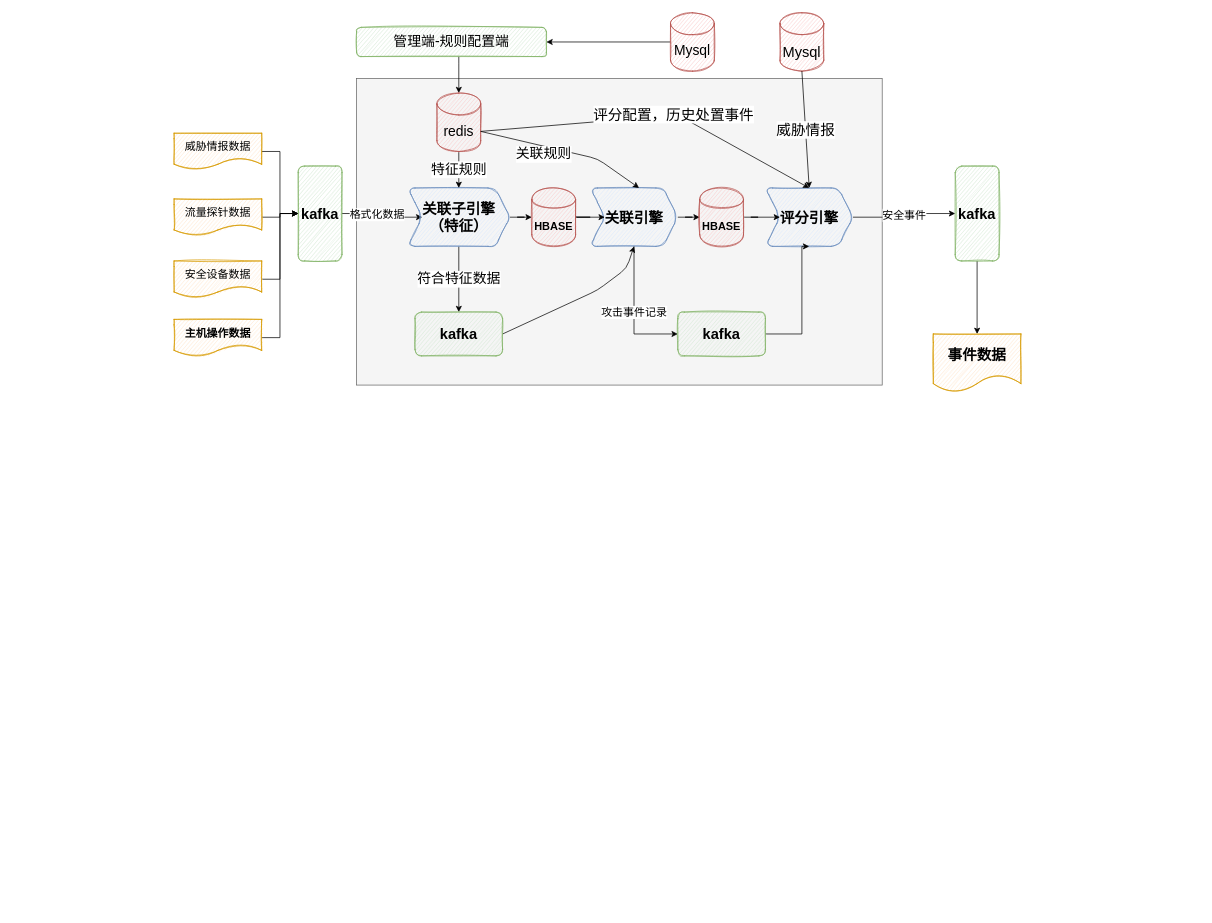
Earlier version of the draw.io diagram Untitled Diagram.drawio (liujianqun/draw). Source tidied: cells renumbered, new cells numbered last; positions are measured from the earlier drawing's top-left corner, leaving out a move shared by most shapes. Both pictures are drawn from the tidied source at 73%, with x=0, y=0 at pixel (174, 12).
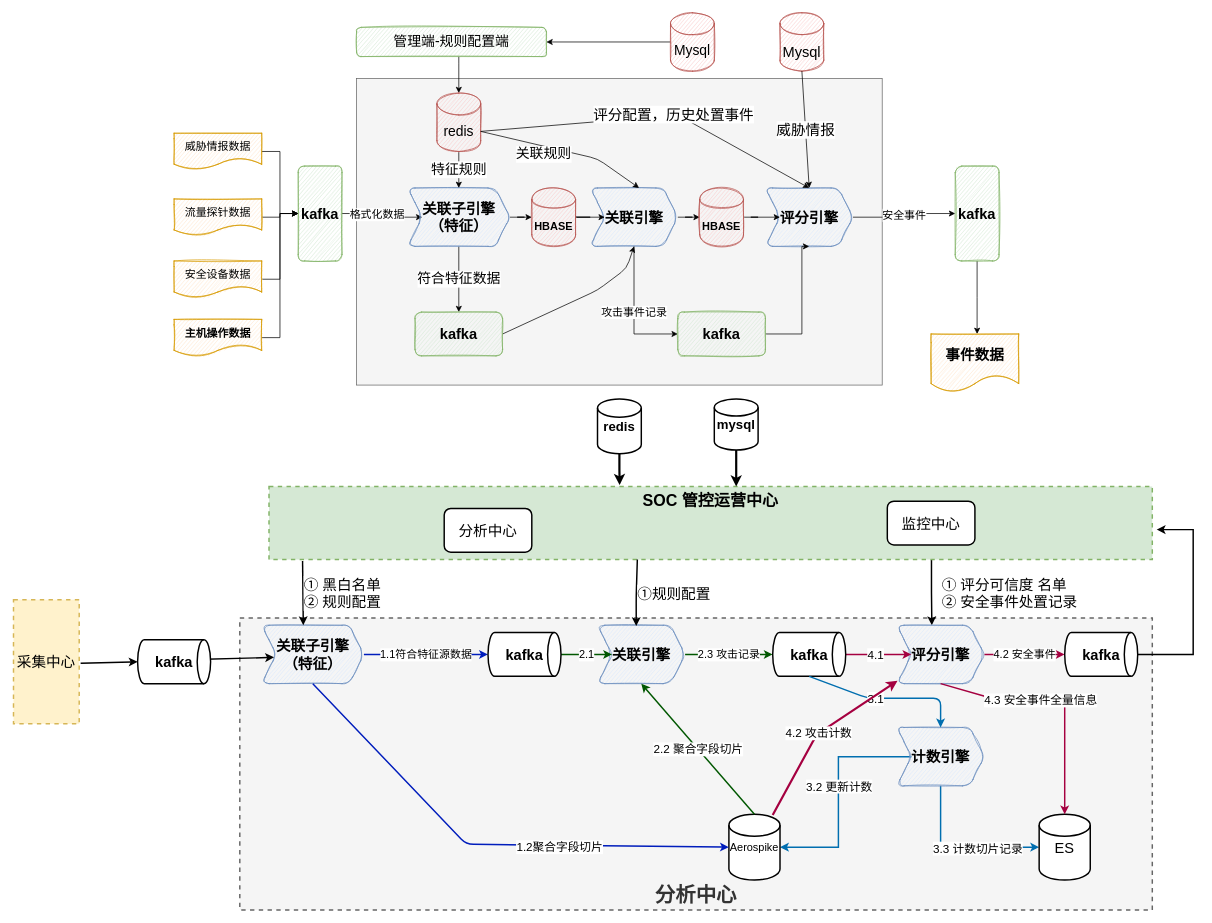
The same page after the edit.

Commit message:
分析中心交互图.drawio

Unchanged cells that the change refers to:
```xml
<mxCell id="27" value="kafka" style="rounded=1;whiteSpace=wrap;html=1;sketch=1;fillColor=#d5e8d4;strokeColor=#82b366;fontSize=20;fontStyle=1;" parent="1" vertex="1">
  <mxGeometry x="1070" y="210" width="60" height="130" as="geometry" />
</mxCell>
```

What changed in the source:
```diff
@@
+    <mxCell id="46" value="分析中心" style="rounded=0;whiteSpace=wrap;html=1;strokeWidth=2;fontSize=28;dashed=1;verticalAlign=bottom;fillColor=#f5f5f5;strokeColor=#666666;fontColor=#333333;fontStyle=1;" parent="1" vertex="1">
+      <mxGeometry x="90" y="829" width="1250" height="400" as="geometry" />
+    </mxCell>
+    <mxCell id="47" value="① 评分可信度 名单&lt;br&gt;&lt;div&gt;② 安全事件处置记录&lt;/div&gt;" style="edgeStyle=orthogonalEdgeStyle;rounded=0;jettySize=auto;html=1;exitX=0.75;exitY=1;exitDx=0;exitDy=0;entryX=0.4;entryY=0;entryDx=0;entryDy=0;entryPerimeter=0;strokeWidth=2;fontSize=20;align=left;" parent="1" edge="1" source="48" target="54">
+      <mxGeometry x="0.01" y="12" relative="1" as="geometry" />
+    </mxCell>
+    <mxCell id="48" value="SOC 管控运营中心" style="rounded=0;whiteSpace=wrap;html=1;dashed=1;strokeWidth=2;fontSize=22;fontStyle=1;verticalAlign=top;fillColor=#d5e8d4;strokeColor=#82b366;" parent="1" vertex="1">
+      <mxGeometry x="130" y="649" width="1210" height="100" as="geometry" />
+    </mxCell>
@@
-    <mxCell id="7" style="edgeStyle=orthogonalEdgeStyle;rounded=0;jettySize=auto;html=1;fontSize=19;" parent="1" edge="1" source="27" target="25">
-      <mxGeometry relative="1" as="geometry" />
+    <mxCell id="7" style="edgeStyle=orthogonalEdgeStyle;rounded=0;jettySize=auto;html=1;fontSize=19;" parent="1" edge="1" source="27">
+      <mxGeometry relative="1" as="geometry">
+        <mxPoint x="1100" y="440" as="targetPoint" />
+      </mxGeometry>
     </mxCell>
@@
     <mxCell id="25" value="事件数据" style="shape=document;whiteSpace=wrap;html=1;boundedLbl=1;rounded=1;fontSize=20;fontStyle=1;strokeColor=#d79b00;fillColor=#ffe6cc;sketch=1;" parent="1" vertex="1">
-      <mxGeometry x="1040" y="440" width="120" height="80" as="geometry" />
+      <mxGeometry x="1037" y="440" width="120" height="80" as="geometry" />
     </mxCell>
@@
+    <mxCell id="49" value="1.1符合特征源数据" style="edgeStyle=orthogonalEdgeStyle;rounded=0;jettySize=auto;html=1;fontSize=15;strokeWidth=2;fillColor=#0050ef;strokeColor=#001DBC;" parent="1" edge="1" source="50" target="61">
+      <mxGeometry relative="1" as="geometry" />
+    </mxCell>
+    <mxCell id="50" value="关联子引擎（特征）" style="shape=step;perimeter=stepPerimeter;whiteSpace=wrap;html=1;fixedSize=1;rounded=1;strokeColor=#6c8ebf;fillColor=#dae8fc;sketch=1;fontSize=20;fontStyle=1;" parent="1" vertex="1">
+      <mxGeometry x="120" y="839" width="140" height="80" as="geometry" />
+    </mxCell>
+    <mxCell id="51" value="2.3 攻击记录" style="edgeStyle=orthogonalEdgeStyle;rounded=0;jettySize=auto;html=1;exitX=1;exitY=0.5;exitDx=0;exitDy=0;strokeWidth=2;fontSize=15;fillColor=#008a00;strokeColor=#005700;" parent="1" edge="1" source="52" target="64">
+      <mxGeometry relative="1" as="geometry" />
+    </mxCell>
+    <mxCell id="52" value="关联引擎" style="shape=step;perimeter=stepPerimeter;whiteSpace=wrap;html=1;fixedSize=1;rounded=1;strokeColor=#6c8ebf;fillColor=#dae8fc;sketch=1;fontSize=20;fontStyle=1;" parent="1" vertex="1">
+      <mxGeometry x="580" y="839" width="120" height="80" as="geometry" />
+    </mxCell>
+    <mxCell id="53" value="4.2 安全事件" style="edgeStyle=orthogonalEdgeStyle;rounded=0;jettySize=auto;html=1;exitX=1;exitY=0.5;exitDx=0;exitDy=0;entryX=0;entryY=0.5;entryDx=0;entryDy=0;entryPerimeter=0;strokeWidth=2;fontSize=15;fillColor=#d80073;strokeColor=#A50040;" parent="1" edge="1" source="54" target="71">
+      <mxGeometry relative="1" as="geometry" />
+    </mxCell>
+    <mxCell id="54" value="评分引擎" style="shape=step;perimeter=stepPerimeter;whiteSpace=wrap;html=1;fixedSize=1;sketch=1;fillColor=#dae8fc;strokeColor=#6c8ebf;fontSize=20;fontStyle=1;shadow=0;rounded=1;" parent="1" vertex="1">
+      <mxGeometry x="990" y="839" width="120" height="80" as="geometry" />
+    </mxCell>
+    <mxCell id="55" style="edgeStyle=orthogonalEdgeStyle;rounded=0;jettySize=auto;html=1;exitX=0.5;exitY=1;exitDx=0;exitDy=0;entryX=0;entryY=0.5;entryDx=0;entryDy=0;entryPerimeter=0;strokeWidth=2;fontSize=16;fillColor=#1ba1e2;strokeColor=#006EAF;" parent="1" edge="1" source="59" target="65">
+      <mxGeometry relative="1" as="geometry" />
+    </mxCell>
+    <mxCell id="56" value="3.3 计数切片记录" style="edgeLabel;html=1;align=center;verticalAlign=middle;fontSize=16;" parent="55" vertex="1">
+      <mxGeometry x="0.22" y="-1" relative="1" as="geometry" />
+    </mxCell>
+    <mxCell id="57" style="edgeStyle=orthogonalEdgeStyle;rounded=0;jettySize=auto;html=1;exitX=0;exitY=0.5;exitDx=0;exitDy=0;entryX=1;entryY=0.5;entryDx=0;entryDy=0;entryPerimeter=0;strokeWidth=2;fontSize=16;fillColor=#1ba1e2;strokeColor=#006EAF;" parent="1" edge="1" source="59" target="72">
+      <mxGeometry relative="1" as="geometry" />
+    </mxCell>
+    <mxCell id="58" value="3.2 更新计数" style="edgeLabel;html=1;align=center;verticalAlign=middle;fontSize=16;" parent="57" vertex="1">
+      <mxGeometry x="-0.74" y="-2" relative="1" as="geometry">
+        <mxPoint x="-60" y="42" as="offset" />
+      </mxGeometry>
+    </mxCell>
+    <mxCell id="59" value="计数引擎" style="shape=step;perimeter=stepPerimeter;whiteSpace=wrap;html=1;fixedSize=1;sketch=1;fillColor=#dae8fc;strokeColor=#6c8ebf;fontSize=20;fontStyle=1;shadow=0;rounded=1;" parent="1" vertex="1">
+      <mxGeometry x="990" y="979" width="120" height="80" as="geometry" />
+    </mxCell>
+    <mxCell id="60" value="2.1" style="edgeStyle=orthogonalEdgeStyle;rounded=0;jettySize=auto;html=1;strokeWidth=2;fontSize=15;fillColor=#008a00;strokeColor=#005700;" parent="1" edge="1" source="61" target="52">
+      <mxGeometry relative="1" as="geometry" />
+    </mxCell>
+    <mxCell id="61" value="kafka" style="strokeWidth=2;html=1;shape=mxgraph.flowchart.direct_data;whiteSpace=wrap;fontStyle=1;fontSize=20;" parent="1" vertex="1">
+      <mxGeometry x="430" y="849" width="100" height="60" as="geometry" />
+    </mxCell>
+    <mxCell id="62" style="edgeStyle=orthogonalEdgeStyle;rounded=0;jettySize=auto;html=1;exitX=1;exitY=0.5;exitDx=0;exitDy=0;exitPerimeter=0;strokeWidth=2;fontSize=15;fillColor=#d80073;strokeColor=#A50040;" parent="1" edge="1" source="64" target="54">
+      <mxGeometry relative="1" as="geometry" />
+    </mxCell>
+    <mxCell id="63" value="4.1" style="edgeLabel;html=1;align=center;verticalAlign=middle;fontSize=16;" parent="62" vertex="1">
+      <mxGeometry x="0.27" y="5" relative="1" as="geometry">
+        <mxPoint x="-17" y="5" as="offset" />
+      </mxGeometry>
+    </mxCell>
+    <mxCell id="64" value="kafka" style="strokeWidth=2;html=1;shape=mxgraph.flowchart.direct_data;whiteSpace=wrap;fontStyle=1;fontSize=20;" parent="1" vertex="1">
+      <mxGeometry x="820" y="849" width="100" height="60" as="geometry" />
+    </mxCell>
+    <mxCell id="65" value="ES" style="strokeWidth=2;html=1;shape=mxgraph.flowchart.database;whiteSpace=wrap;fontSize=20;" parent="1" vertex="1">
+      <mxGeometry x="1185" y="1098" width="70" height="90" as="geometry" />
+    </mxCell>
+    <mxCell id="66" style="edgeStyle=orthogonalEdgeStyle;rounded=0;jettySize=auto;html=1;exitX=0.5;exitY=1;exitDx=0;exitDy=0;exitPerimeter=0;entryX=0.397;entryY=-0.02;entryDx=0;entryDy=0;entryPerimeter=0;strokeWidth=3;fontSize=20;" parent="1" edge="1" source="67" target="48">
+      <mxGeometry relative="1" as="geometry" />
+    </mxCell>
+    <mxCell id="67" value="redis" style="strokeWidth=2;html=1;shape=mxgraph.flowchart.database;whiteSpace=wrap;fontSize=18;fontStyle=1;" parent="1" vertex="1">
+      <mxGeometry x="580" y="529" width="60" height="75" as="geometry" />
+    </mxCell>
+    <mxCell id="68" style="edgeStyle=orthogonalEdgeStyle;rounded=0;jettySize=auto;html=1;strokeWidth=3;fontSize=20;" parent="1" edge="1" source="69" target="48">
+      <mxGeometry relative="1" as="geometry">
+        <Array as="points">
+          <mxPoint x="770" y="639" />
+          <mxPoint x="770" y="639" />
+        </Array>
+      </mxGeometry>
+    </mxCell>
+    <mxCell id="69" value="mysql" style="strokeWidth=2;html=1;shape=mxgraph.flowchart.database;whiteSpace=wrap;fontSize=18;fontStyle=1;" parent="1" vertex="1">
+      <mxGeometry x="740" y="529" width="60" height="70" as="geometry" />
+    </mxCell>
+    <mxCell id="70" style="edgeStyle=orthogonalEdgeStyle;rounded=0;jettySize=auto;html=1;strokeWidth=2;fontSize=28;align=left;" parent="1" edge="1" source="71">
+      <mxGeometry relative="1" as="geometry">
+        <mxPoint x="1346" y="708" as="targetPoint" />
+        <Array as="points">
+          <mxPoint x="1396" y="879" />
+          <mxPoint x="1396" y="708" />
+        </Array>
+      </mxGeometry>
+    </mxCell>
+    <mxCell id="71" value="kafka" style="strokeWidth=2;html=1;shape=mxgraph.flowchart.direct_data;whiteSpace=wrap;fontStyle=1;fontSize=20;" parent="1" vertex="1">
+      <mxGeometry x="1220" y="849" width="100" height="60" as="geometry" />
+    </mxCell>
+    <mxCell id="72" value="Aerospike" style="strokeWidth=2;html=1;shape=mxgraph.flowchart.database;whiteSpace=wrap;fontSize=15;" parent="1" vertex="1">
+      <mxGeometry x="760" y="1098" width="70" height="90" as="geometry" />
+    </mxCell>
+    <mxCell id="73" style="endArrow=classic;html=1;strokeWidth=2;fontSize=15;entryX=0.5;entryY=0;entryDx=0;entryDy=0;exitX=0.5;exitY=1;exitDx=0;exitDy=0;exitPerimeter=0;fillColor=#1ba1e2;strokeColor=#006EAF;" parent="1" edge="1" source="64" target="59">
+      <mxGeometry relative="1" as="geometry">
+        <Array as="points">
+          <mxPoint x="950" y="939" />
+          <mxPoint x="1050" y="939" />
+        </Array>
+      </mxGeometry>
+    </mxCell>
+    <mxCell id="74" value="3.1" style="edgeLabel;html=1;align=center;verticalAlign=middle;fontSize=16;" parent="73" vertex="1">
+      <mxGeometry x="-0.48" y="29" relative="1" as="geometry">
+        <mxPoint x="25.5" y="36.8" as="offset" />
+      </mxGeometry>
+    </mxCell>
+    <mxCell id="75" style="endArrow=classic;html=1;strokeWidth=2;fontSize=15;exitX=0.5;exitY=1;exitDx=0;exitDy=0;fillColor=#d80073;strokeColor=#A50040;" parent="1" edge="1" source="54" target="65">
+      <mxGeometry relative="1" as="geometry">
+        <Array as="points">
+          <mxPoint x="1120" y="939" />
+          <mxPoint x="1220" y="939" />
+        </Array>
+      </mxGeometry>
+    </mxCell>
+    <mxCell id="76" value="4.3 安全事件全量信息" style="edgeLabel;html=1;align=center;verticalAlign=middle;fontSize=16;" parent="75" vertex="1">
+      <mxGeometry x="-0.16" y="-2" relative="1" as="geometry" />
+    </mxCell>
+    <mxCell id="77" style="endArrow=classic;html=1;strokeWidth=2;fontSize=16;exitX=0.5;exitY=1;exitDx=0;exitDy=0;entryX=0;entryY=0.5;entryDx=0;entryDy=0;entryPerimeter=0;fillColor=#0050ef;strokeColor=#001DBC;" parent="1" edge="1" source="50" target="72">
+      <mxGeometry relative="1" as="geometry">
+        <Array as="points">
+          <mxPoint x="400" y="1139" />
+        </Array>
+      </mxGeometry>
+    </mxCell>
+    <mxCell id="78" value="1.2聚合字段切片" style="edgeLabel;html=1;align=center;verticalAlign=middle;fontSize=16;" parent="77" vertex="1">
+      <mxGeometry x="0.3" y="-2" relative="1" as="geometry" />
+    </mxCell>
+    <mxCell id="79" value="2.2 聚合字段切片" style="endArrow=classic;html=1;strokeWidth=2;fontSize=16;entryX=0.5;entryY=1;entryDx=0;entryDy=0;exitX=0.5;exitY=0;exitDx=0;exitDy=0;exitPerimeter=0;fillColor=#008a00;strokeColor=#005700;" parent="1" edge="1" source="72" target="52">
+      <mxGeometry relative="1" as="geometry" />
+    </mxCell>
+    <mxCell id="80" value="4.2 攻击计数" style="endArrow=classic;html=1;strokeWidth=3;fontSize=16;entryX=0.008;entryY=0.95;entryDx=0;entryDy=0;entryPerimeter=0;fillColor=#d80073;strokeColor=#A50040;" parent="1" edge="1" target="54">
+      <mxGeometry relative="1" as="geometry">
+        <mxPoint x="820" y="1099" as="sourcePoint" />
+        <Array as="points">
+          <mxPoint x="820" y="1099" />
+          <mxPoint x="880" y="989" />
+        </Array>
+      </mxGeometry>
+    </mxCell>
+    <mxCell id="81" value="分析中心" style="rounded=1;whiteSpace=wrap;html=1;strokeWidth=2;fontSize=20;" parent="1" vertex="1">
+      <mxGeometry x="370" y="679" width="120" height="60" as="geometry" />
+    </mxCell>
+    <mxCell id="82" value="监控中心" style="rounded=1;whiteSpace=wrap;html=1;strokeWidth=2;fontSize=20;" parent="1" vertex="1">
+      <mxGeometry x="977" y="669" width="120" height="60" as="geometry" />
+    </mxCell>
+    <mxCell id="83" value="① 黑白名单&lt;br&gt;② 规则配置" style="endArrow=classic;html=1;strokeWidth=2;fontSize=20;align=left;exitX=0.038;exitY=1.02;exitDx=0;exitDy=0;exitPerimeter=0;entryX=0.407;entryY=0;entryDx=0;entryDy=0;entryPerimeter=0;" parent="1" edge="1" source="48" target="50">
+      <mxGeometry relative="1" as="geometry" />
+    </mxCell>
+    <mxCell id="84" value="①规则配置" style="endArrow=classic;html=1;strokeWidth=2;fontSize=20;align=left;exitX=0.417;exitY=1;exitDx=0;exitDy=0;exitPerimeter=0;entryX=0.442;entryY=0.013;entryDx=0;entryDy=0;entryPerimeter=0;" parent="1" edge="1" source="48" target="52">
+      <mxGeometry relative="1" as="geometry">
+        <Array as="points">
+          <mxPoint x="633" y="799" />
+        </Array>
+      </mxGeometry>
+    </mxCell>
+    <mxCell id="85" style="endArrow=classic;html=1;strokeWidth=2;fontSize=20;align=left;entryX=0.121;entryY=0.588;entryDx=0;entryDy=0;entryPerimeter=0;exitX=1;exitY=0.5;exitDx=0;exitDy=0;exitPerimeter=0;" parent="1" edge="1">
+      <mxGeometry relative="1" as="geometry">
+        <mxPoint x="30" y="886" as="sourcePoint" />
+        <mxPoint x="136.9" y="883" as="targetPoint" />
+      </mxGeometry>
+    </mxCell>
+    <mxCell id="86" value="采集中心" style="rounded=0;whiteSpace=wrap;html=1;strokeWidth=2;fontSize=20;dashed=1;fillColor=#fff2cc;strokeColor=#d6b656;" parent="1" vertex="1">
+      <mxGeometry x="-220" y="804" width="90" height="170" as="geometry" />
+    </mxCell>
+    <mxCell id="87" value="kafka" style="strokeWidth=2;html=1;shape=mxgraph.flowchart.direct_data;whiteSpace=wrap;fontStyle=1;fontSize=20;" parent="1" vertex="1">
+      <mxGeometry x="-50" y="859" width="100" height="60" as="geometry" />
+    </mxCell>
+    <mxCell id="88" style="endArrow=classic;html=1;strokeWidth=2;fontSize=20;align=left;exitX=1.022;exitY=0.571;exitDx=0;exitDy=0;exitPerimeter=0;entryX=0;entryY=0.5;entryDx=0;entryDy=0;entryPerimeter=0;" parent="1" edge="1" target="87">
+      <mxGeometry relative="1" as="geometry">
+        <mxPoint x="-128" y="891.1" as="sourcePoint" />
+      </mxGeometry>
+    </mxCell>
```
